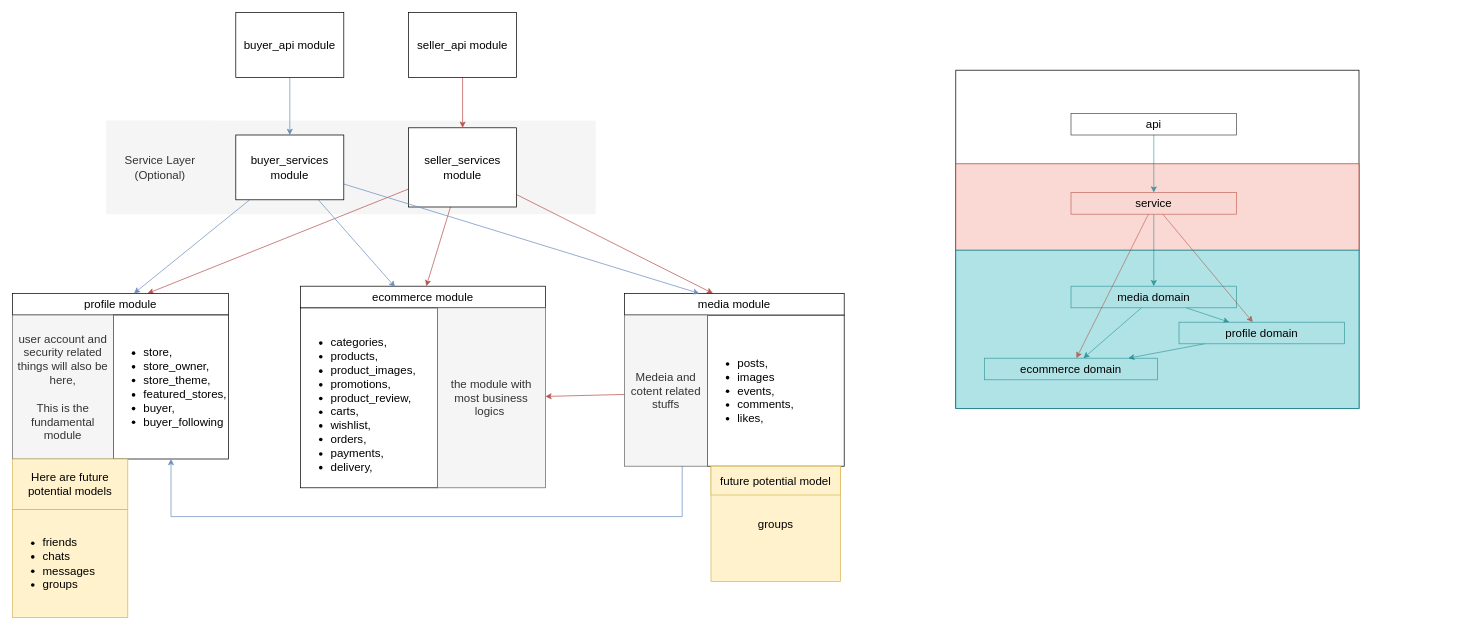
Above: page "Domains_and_modules" (2 of 2) of Documentation/BackendDesign.drawio in ThuLinShan/MarketplaceSocialPlatform (draw.io), before the change. Source tidied: cells renumbered, new cells numbered last; positions are measured from the earlier drawing's top-left corner, leaving out a move shared by most shapes. Both pictures are drawn from the tidied source at 72%, with x=0, y=0 at pixel (12, 12).
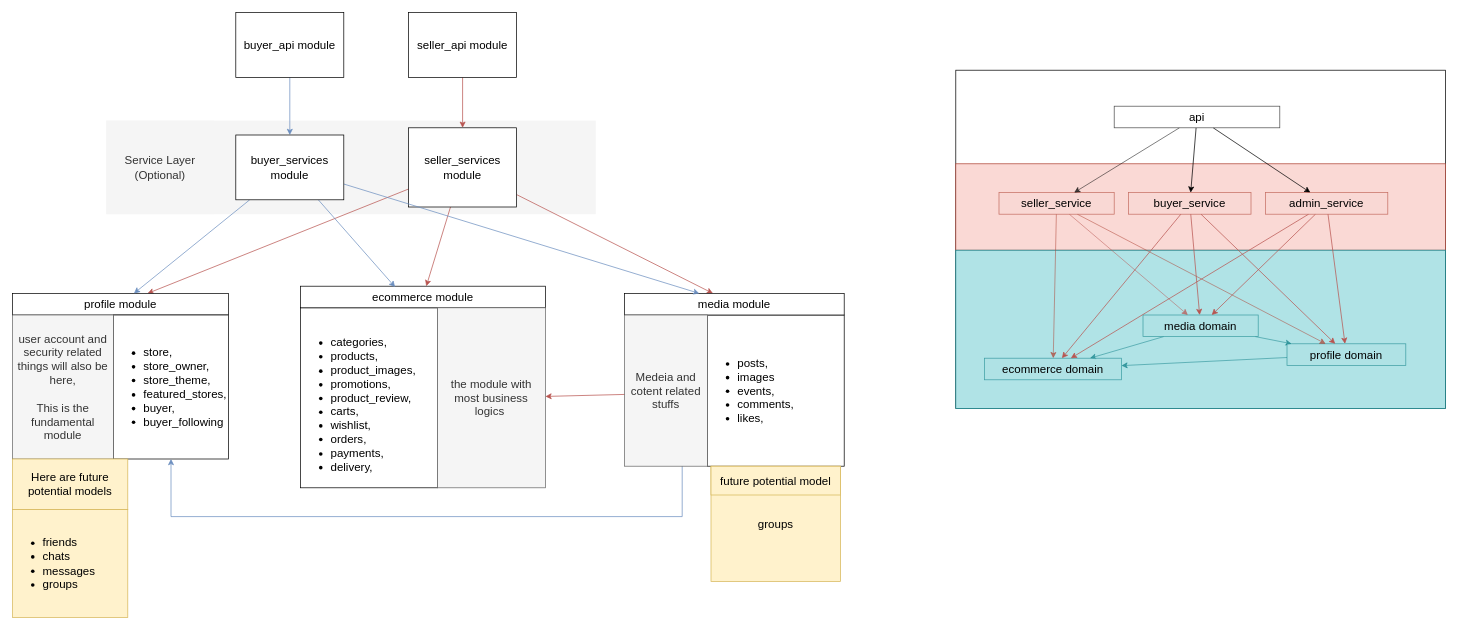
Above is the later version.

The edit, as a diff of the source:
```diff
@@
     <mxCell id="2" style="rounded=0;whiteSpace=wrap;html=1;fontSize=16;" parent="1" vertex="1">
-      <mxGeometry x="1310" y="80" width="560" height="470" as="geometry" />
+      <mxGeometry x="1310" y="80" width="680" height="470" as="geometry" />
     </mxCell>
     <mxCell id="3" style="rounded=0;whiteSpace=wrap;html=1;strokeColor=#ae4132;fontSize=16;fillColor=#fad9d5;" parent="1" vertex="1">
-      <mxGeometry x="1310" y="210" width="560" height="120" as="geometry" />
+      <mxGeometry x="1310" y="210" width="680" height="120" as="geometry" />
     </mxCell>
     <mxCell id="4" style="rounded=0;whiteSpace=wrap;html=1;strokeColor=#0e8088;fontSize=16;fillColor=#b0e3e6;" parent="1" vertex="1">
-      <mxGeometry x="1310" y="330" width="560" height="220" as="geometry" />
+      <mxGeometry x="1310" y="330" width="680" height="220" as="geometry" />
     </mxCell>
@@
     <mxCell id="34" value="media domain" style="rounded=0;whiteSpace=wrap;html=1;fontSize=16;opacity=70;fillColor=#b0e3e6;strokeColor=#0e8088;" parent="1" vertex="1">
-      <mxGeometry x="1470" y="380" width="230" height="30" as="geometry" />
+      <mxGeometry x="1570" y="420" width="160" height="30" as="geometry" />
     </mxCell>
     <mxCell id="35" value="ecommerce domain" style="rounded=0;whiteSpace=wrap;html=1;fontSize=16;opacity=70;fillColor=#b0e3e6;strokeColor=#0e8088;" parent="1" vertex="1">
-      <mxGeometry x="1350" y="480" width="240" height="30" as="geometry" />
+      <mxGeometry x="1350" y="480" width="190" height="30" as="geometry" />
     </mxCell>
@@
     <mxCell id="37" value="profile domain" style="rounded=0;whiteSpace=wrap;html=1;fontSize=16;opacity=70;fillColor=#b0e3e6;strokeColor=#0e8088;" parent="1" vertex="1">
-      <mxGeometry x="1620" y="430" width="230" height="30" as="geometry" />
+      <mxGeometry x="1770" y="460" width="165" height="30" as="geometry" />
     </mxCell>
-    <mxCell id="38" style="edgeStyle=none;rounded=0;jettySize=auto;html=1;fontSize=16;opacity=70;fillColor=#b0e3e6;strokeColor=#0e8088;" parent="1" edge="1" source="41" target="34">
+    <mxCell id="38" style="edgeStyle=none;rounded=0;jettySize=auto;html=1;fontSize=16;opacity=70;fillColor=#f8cecc;strokeColor=#b85450;" parent="1" edge="1" source="41" target="34">
       <mxGeometry relative="1" as="geometry" />
     </mxCell>
@@
-    <mxCell id="41" value="service" style="rounded=0;whiteSpace=wrap;html=1;fontSize=16;opacity=70;fillColor=#fad9d5;strokeColor=#ae4132;" parent="1" vertex="1">
-      <mxGeometry x="1470" y="250" width="230" height="30" as="geometry" />
+    <mxCell id="41" value="seller_service" style="rounded=0;whiteSpace=wrap;html=1;fontSize=16;opacity=70;fillColor=#fad9d5;strokeColor=#ae4132;" parent="1" vertex="1">
+      <mxGeometry x="1370" y="250" width="160" height="30" as="geometry" />
     </mxCell>
-    <mxCell id="42" style="edgeStyle=none;rounded=0;jettySize=auto;html=1;fontSize=16;opacity=70;fillColor=#b0e3e6;strokeColor=#0e8088;" parent="1" edge="1" source="43" target="41">
+    <mxCell id="42" style="edgeStyle=none;rounded=0;jettySize=auto;html=1;fontSize=16;opacity=70;fillColor=#b0e3e6;strokeColor=#000000;" parent="1" edge="1" source="43" target="41">
       <mxGeometry relative="1" as="geometry" />
     </mxCell>
+    <mxCell id="46" style="edgeStyle=none;rounded=0;jettySize=auto;html=1;" parent="1" edge="1" source="43" target="51">
+      <mxGeometry relative="1" as="geometry" />
+    </mxCell>
+    <mxCell id="47" style="edgeStyle=none;rounded=0;jettySize=auto;html=1;" parent="1" edge="1" source="43" target="55">
+      <mxGeometry relative="1" as="geometry" />
+    </mxCell>
     <mxCell id="43" value="api" style="rounded=0;whiteSpace=wrap;html=1;fontSize=16;opacity=70;" parent="1" vertex="1">
-      <mxGeometry x="1470" y="140" width="230" height="30" as="geometry" />
+      <mxGeometry x="1530" y="130" width="230" height="30" as="geometry" />
     </mxCell>
@@
+    <mxCell id="48" style="edgeStyle=none;rounded=0;jettySize=auto;html=1;strokeColor=#b85450;fillColor=#f8cecc;" parent="1" edge="1" source="51" target="34">
+      <mxGeometry relative="1" as="geometry" />
+    </mxCell>
+    <mxCell id="49" style="edgeStyle=none;rounded=0;jettySize=auto;html=1;strokeColor=#b85450;fillColor=#f8cecc;" parent="1" edge="1" source="51" target="37">
+      <mxGeometry relative="1" as="geometry" />
+    </mxCell>
+    <mxCell id="50" style="edgeStyle=none;rounded=0;jettySize=auto;html=1;strokeColor=#b85450;fillColor=#f8cecc;" parent="1" edge="1" source="51" target="35">
+      <mxGeometry relative="1" as="geometry" />
+    </mxCell>
+    <mxCell id="51" value="buyer_service" style="rounded=0;whiteSpace=wrap;html=1;fontSize=16;opacity=70;fillColor=#fad9d5;strokeColor=#ae4132;" parent="1" vertex="1">
+      <mxGeometry x="1550" y="250" width="170" height="30" as="geometry" />
+    </mxCell>
+    <mxCell id="52" style="edgeStyle=none;rounded=0;jettySize=auto;html=1;strokeColor=#b85450;fillColor=#f8cecc;" parent="1" edge="1" source="55" target="34">
+      <mxGeometry relative="1" as="geometry" />
+    </mxCell>
+    <mxCell id="53" style="edgeStyle=none;rounded=0;jettySize=auto;html=1;strokeColor=#b85450;fillColor=#f8cecc;" parent="1" edge="1" target="35">
+      <mxGeometry relative="1" as="geometry">
+        <mxPoint x="1800" y="280" as="sourcePoint" />
+      </mxGeometry>
+    </mxCell>
+    <mxCell id="54" style="edgeStyle=none;rounded=0;jettySize=auto;html=1;strokeColor=#b85450;fillColor=#f8cecc;" parent="1" edge="1" source="55" target="37">
+      <mxGeometry relative="1" as="geometry" />
+    </mxCell>
+    <mxCell id="55" value="admin_service" style="rounded=0;whiteSpace=wrap;html=1;fontSize=16;opacity=70;fillColor=#fad9d5;strokeColor=#ae4132;" parent="1" vertex="1">
+      <mxGeometry x="1740" y="250" width="170" height="30" as="geometry" />
+    </mxCell>
```
